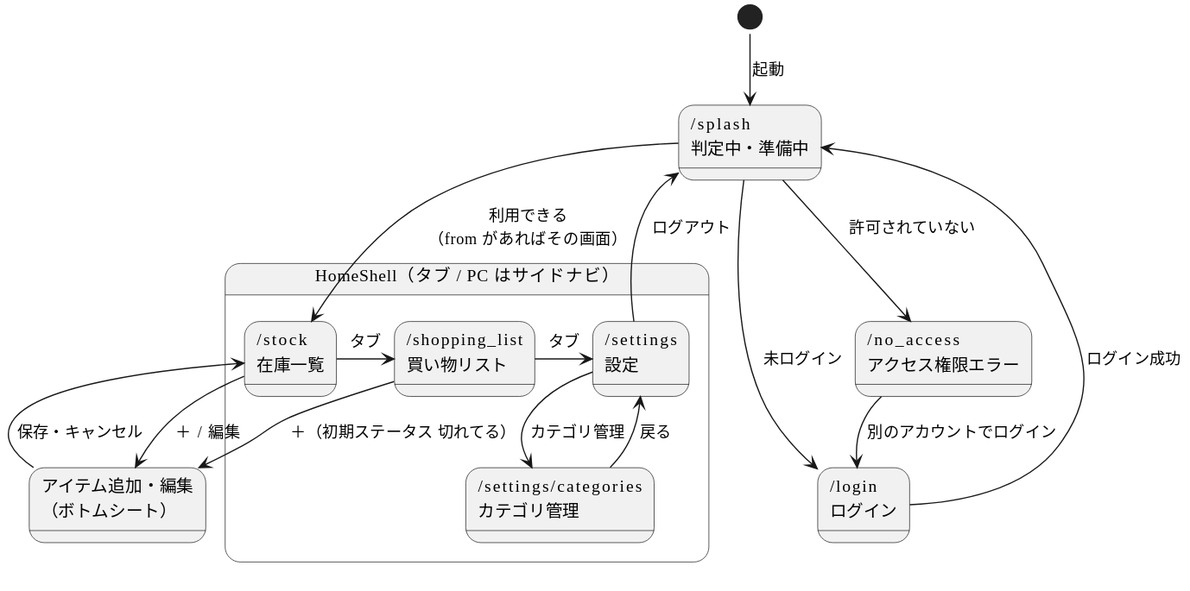
Before: design/screens/diagrams/screen_flow.svg, a diagram exported from PlantUML (LASC-SINCE2015/LivingManager).
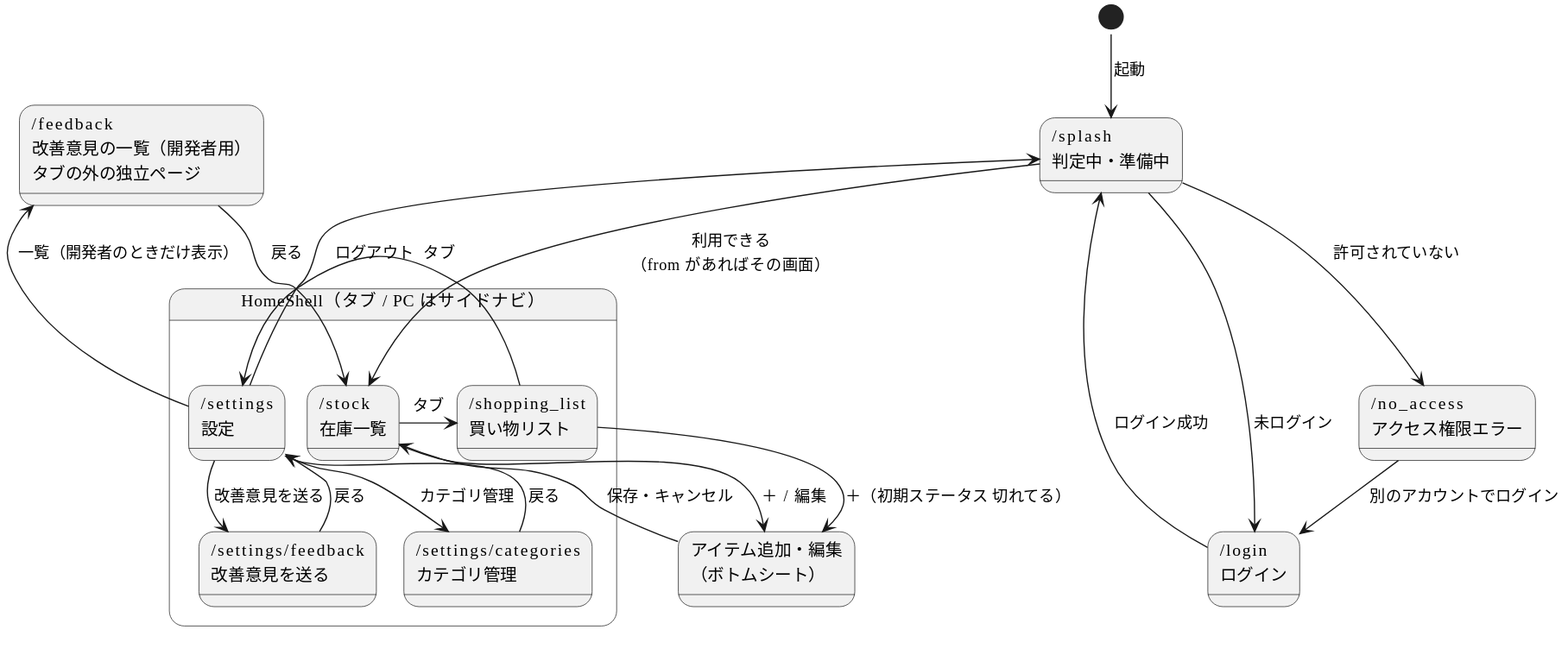
Later version of the same file.

Diff of the diagram source:
```diff
@@ -11,11 +11,16 @@
   state "/shopping_list\n買い物リスト" as Shopping
   state "/settings\n設定" as Settings
   state "/settings/categories\nカテゴリ管理" as Categories
+  state "/settings/feedback\n改善意見を送る" as SendFeedback
   Stock -right-> Shopping : タブ
   Shopping -right-> Settings : タブ
   Settings --> Categories : カテゴリ管理
   Categories --> Settings : 戻る
+  Settings --> SendFeedback : 改善意見を送る
+  SendFeedback --> Settings : 戻る
 }
+
+state "/feedback\n改善意見の一覧（開発者用）\nタブの外の独立ページ" as FeedbackList
 
 state "アイテム追加・編集\n（ボトムシート）" as EditSheet
 
@@ -26,6 +31,8 @@
 Login --> Splash : ログイン成功
 NoAccess --> Login : 別のアカウントでログイン
 Settings --> Splash : ログアウト
+Settings --> FeedbackList : 一覧（開発者のときだけ表示）
+FeedbackList --> Stock : 戻る
 
 Stock --> EditSheet : ＋ / 編集
 Shopping --> EditSheet : ＋（初期ステータス 切れてる）
```
